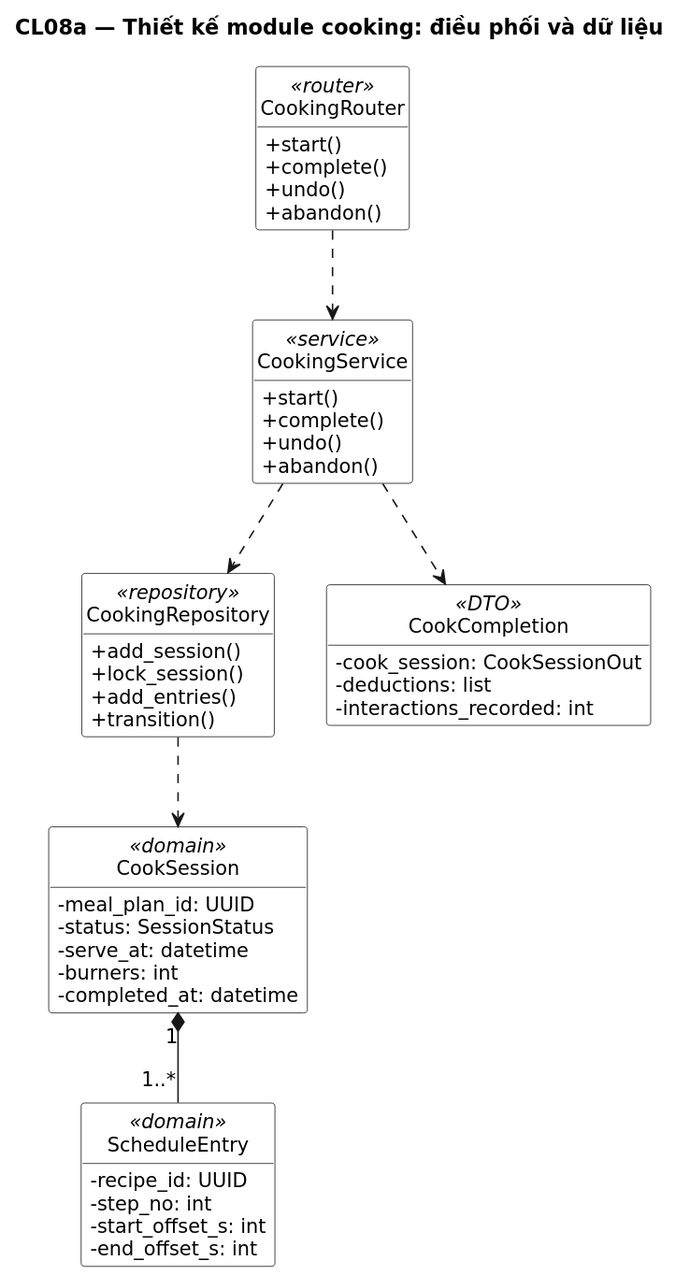
NamBuw/Tastoria keeps this PlantUML diagram as docs/uml/out/class/CL08a-thiet-ke-cooking-dieu-phoi.svg. Above is the earlier version.
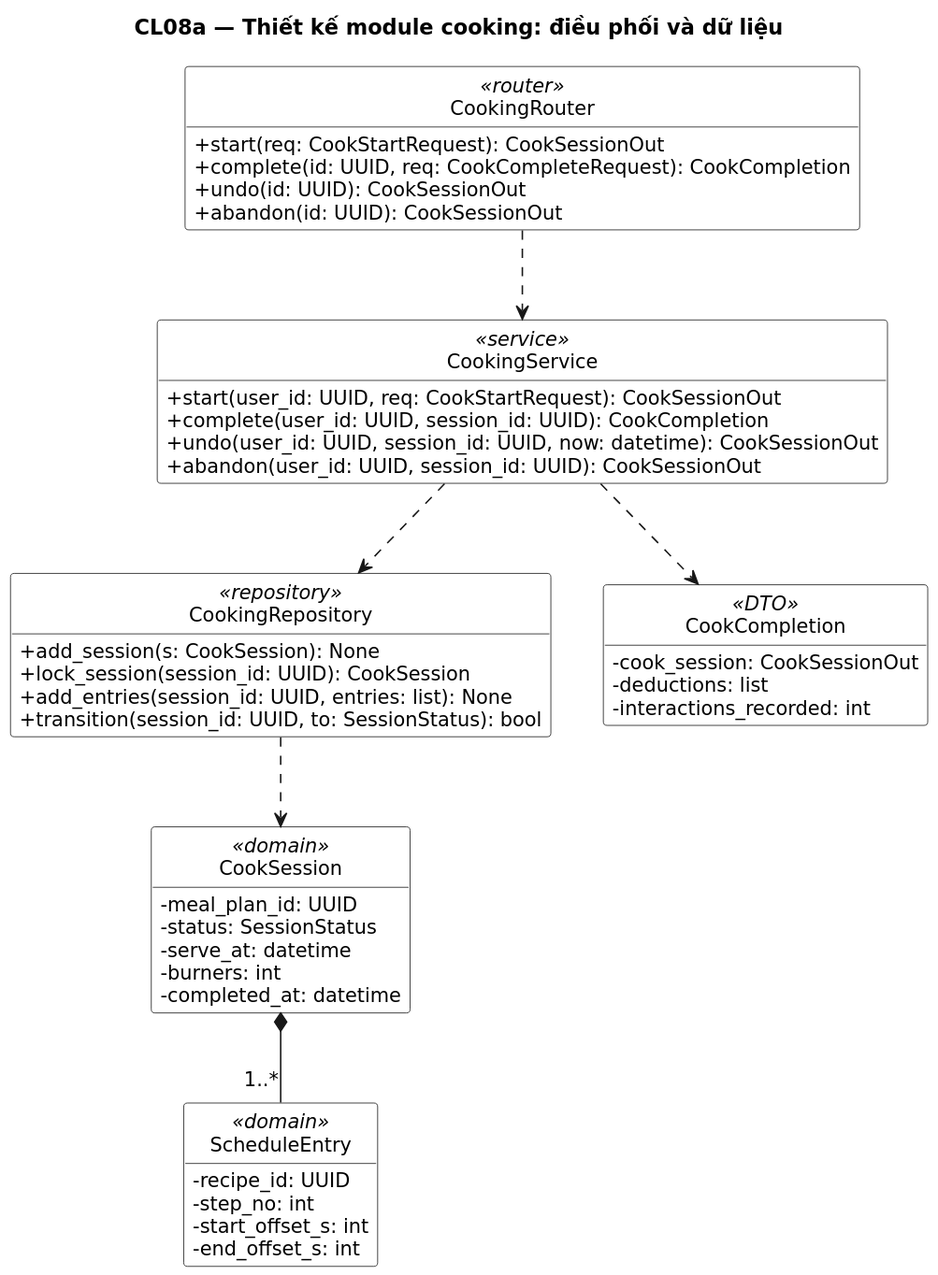
After the commit.

Diff of the diagram source:
```diff
@@ -11,22 +11,22 @@
 skinparam ClassBackgroundColor White
 
 class "CookingRouter" as R <<router>> {
-  +start()
-  +complete()
-  +undo()
-  +abandon()
+  +start(req: CookStartRequest): CookSessionOut
+  +complete(id: UUID, req: CookCompleteRequest): CookCompletion
+  +undo(id: UUID): CookSessionOut
+  +abandon(id: UUID): CookSessionOut
 }
 class "CookingService" as S <<service>> {
-  +start()
-  +complete()
-  +undo()
-  +abandon()
+  +start(user_id: UUID, req: CookStartRequest): CookSessionOut
+  +complete(user_id: UUID, session_id: UUID): CookCompletion
+  +undo(user_id: UUID, session_id: UUID, now: datetime): CookSessionOut
+  +abandon(user_id: UUID, session_id: UUID): CookSessionOut
 }
 class "CookingRepository" as RP <<repository>> {
-  +add_session()
-  +lock_session()
-  +add_entries()
-  +transition()
+  +add_session(s: CookSession): None
+  +lock_session(session_id: UUID): CookSession
+  +add_entries(session_id: UUID, entries: list): None
+  +transition(session_id: UUID, to: SessionStatus): bool
 }
 class "CookSession" as CS <<domain>> {
   -meal_plan_id: UUID
@@ -50,6 +50,6 @@
 R ..> S
 S ..> RP
 RP ..> CS
-CS "1" *-- "1..*" SE
+CS *-- "1..*" SE
 S ..> CC
 @enduml
```
